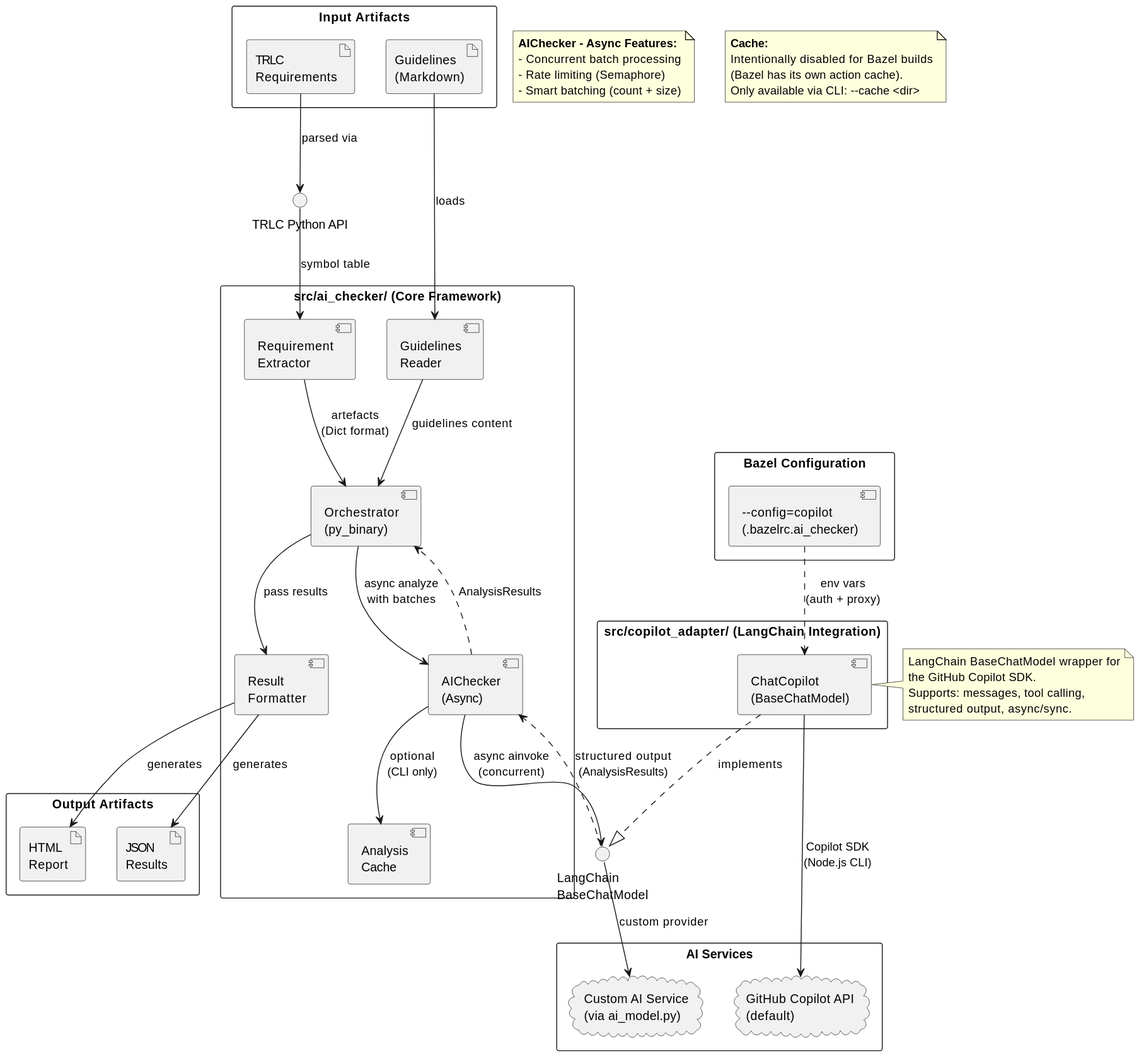
Earlier version of the PlantUML export validation/ai_checker/_assets/deployment_diagram.svg (eclipse-score/tooling). The source it was exported from:
```plantuml
@startuml
skinparam packageStyle rectangle

interface "TRLC Python API" as TRLCAPI
interface "LangChain\nBaseChatModel" as LangChain

package "Input Artifacts" {
    artifact "TRLC\nRequirements" as ReqFile
    artifact "Guidelines\n(Markdown)" as GuideFile
}

package "src/ai_checker/ (Core Framework)" as CorePkg {
    component "Orchestrator\n(py_binary)" as Orchestrator
    component "AIChecker\n(Async)" as AIChecker
    component "Requirement\nExtractor" as Extractor
    component "Result\nFormatter" as Formatter
    component "Guidelines\nReader" as GReader
    component "Analysis\nCache" as Cache
}

package "src/copilot_adapter/ (LangChain Integration)" as LangChainPkg {
    component "ChatCopilot\n(BaseChatModel)" as ChatCopilot
}



package "Output Artifacts" {
    artifact "HTML\nReport" as HtmlReport
    artifact "JSON\nResults" as JsonResults
}

package "AI Services" {
    cloud "GitHub Copilot API\n(default)" as CopilotAPI
    cloud "Custom AI Service\n(via ai_model.py)" as CustomCloud
}

package "Bazel Configuration" {
    component "--config=copilot\n(.bazelrc.ai_checker)" as CopilotConfig
}

ReqFile --> TRLCAPI: parsed via
TRLCAPI --> Extractor: symbol table
Extractor --> Orchestrator: artefacts\n(Dict format)
GuideFile --> GReader: loads
GReader --> Orchestrator: guidelines content

Orchestrator --> AIChecker: async analyze\nwith batches
AIChecker --> Cache: optional\n(CLI only)

AIChecker --> LangChain: async ainvoke\n(concurrent)
ChatCopilot ..|> LangChain: implements
ChatCopilot --> CopilotAPI: Copilot SDK\n(Node.js CLI)

LangChain --> CustomCloud: custom provider

LangChain ..> AIChecker: structured output\n(AnalysisResults)
AIChecker ..> Orchestrator: AnalysisResults

Orchestrator --> Formatter: pass results
Formatter --> HtmlReport: generates
Formatter --> JsonResults: generates

CopilotConfig ..> ChatCopilot: env vars\n(auth + proxy)

note right of ChatCopilot
  LangChain BaseChatModel wrapper for
  the GitHub Copilot SDK.
  Supports: messages, tool calling,
  structured output, async/sync.
end note

note as N1
  **AIChecker - Async Features:**
  - Concurrent batch processing
  - Rate limiting (Semaphore)
  - Smart batching (count + size)
end note

note as N2
  **Cache:**
  Intentionally disabled for Bazel builds
  (Bazel has its own action cache).
  Only available via CLI: --cache <dir>
end note
@enduml
```
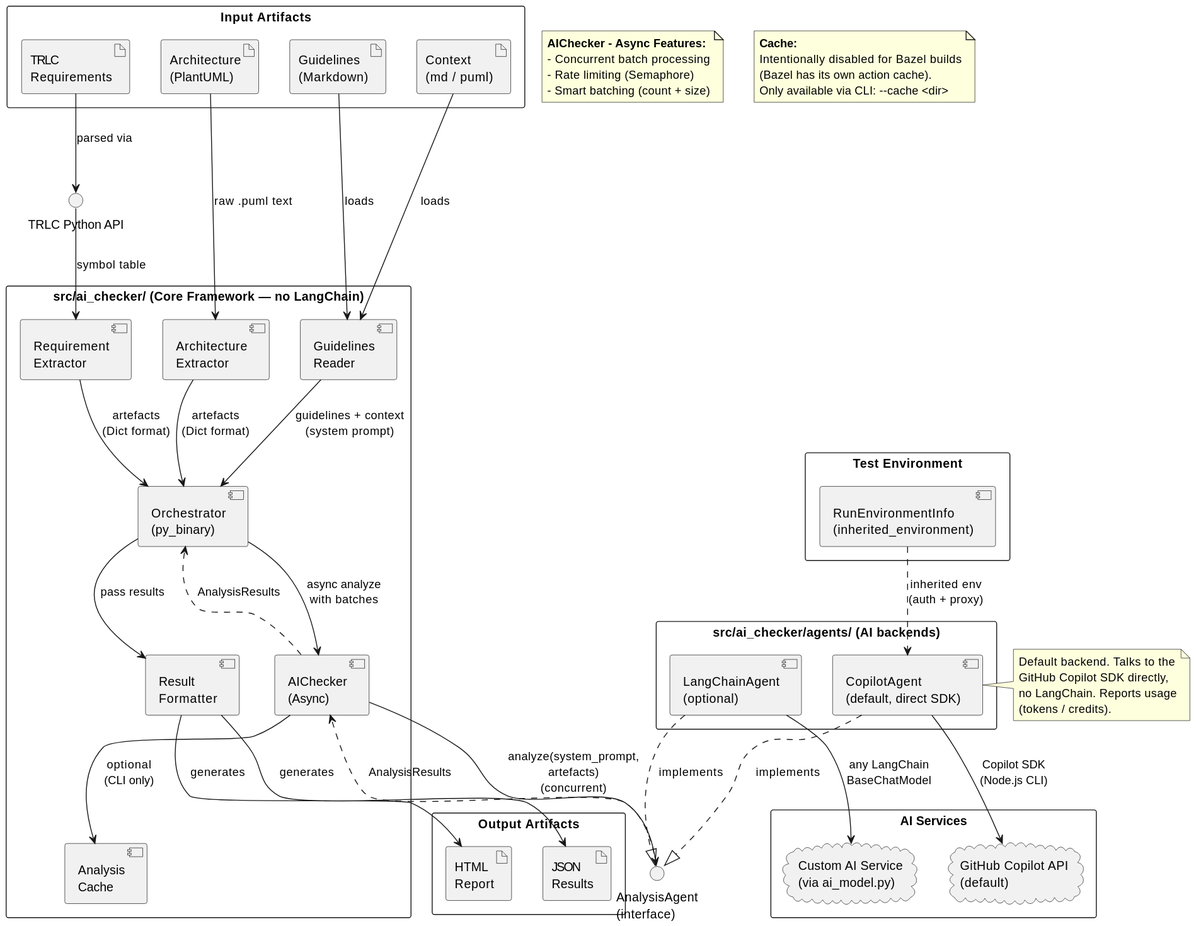
The same file after the commit.

What changed in the source:
```diff
@@ -2,27 +2,29 @@
 skinparam packageStyle rectangle
 
 interface "TRLC Python API" as TRLCAPI
-interface "LangChain\nBaseChatModel" as LangChain
+interface "AnalysisAgent\n(interface)" as Agent
 
 package "Input Artifacts" {
     artifact "TRLC\nRequirements" as ReqFile
+    artifact "Architecture\n(PlantUML)" as PumlFile
     artifact "Guidelines\n(Markdown)" as GuideFile
+    artifact "Context\n(md / puml)" as ContextFile
 }
 
-package "src/ai_checker/ (Core Framework)" as CorePkg {
+package "src/ai_checker/ (Core Framework — no LangChain)" as CorePkg {
     component "Orchestrator\n(py_binary)" as Orchestrator
     component "AIChecker\n(Async)" as AIChecker
     component "Requirement\nExtractor" as Extractor
+    component "Architecture\nExtractor" as ArchExtractor
     component "Result\nFormatter" as Formatter
     component "Guidelines\nReader" as GReader
     component "Analysis\nCache" as Cache
 }
 
-package "src/copilot_adapter/ (LangChain Integration)" as LangChainPkg {
-    component "ChatCopilot\n(BaseChatModel)" as ChatCopilot
+package "src/ai_checker/agents/ (AI backends)" as AdapterPkg {
+    component "CopilotAgent\n(default, direct SDK)" as CopilotAgent
+    component "LangChainAgent\n(optional)" as LCAgent
 }
-
-
 
 package "Output Artifacts" {
     artifact "HTML\nReport" as HtmlReport
@@ -34,39 +36,42 @@
     cloud "Custom AI Service\n(via ai_model.py)" as CustomCloud
 }
 
-package "Bazel Configuration" {
-    component "--config=copilot\n(.bazelrc.ai_checker)" as CopilotConfig
+package "Test Environment" {
+    component "RunEnvironmentInfo\n(inherited_environment)" as CopilotConfig
 }
 
 ReqFile --> TRLCAPI: parsed via
 TRLCAPI --> Extractor: symbol table
+PumlFile --> ArchExtractor: raw .puml text
 Extractor --> Orchestrator: artefacts\n(Dict format)
+ArchExtractor --> Orchestrator: artefacts\n(Dict format)
 GuideFile --> GReader: loads
-GReader --> Orchestrator: guidelines content
+ContextFile --> GReader: loads
+GReader --> Orchestrator: guidelines + context\n(system prompt)
 
 Orchestrator --> AIChecker: async analyze\nwith batches
 AIChecker --> Cache: optional\n(CLI only)
 
-AIChecker --> LangChain: async ainvoke\n(concurrent)
-ChatCopilot ..|> LangChain: implements
-ChatCopilot --> CopilotAPI: Copilot SDK\n(Node.js CLI)
+AIChecker --> Agent: analyze(system_prompt,\nartefacts)\n(concurrent)
+CopilotAgent ..|> Agent: implements
+LCAgent ..|> Agent: implements
+CopilotAgent --> CopilotAPI: Copilot SDK\n(Node.js CLI)
+LCAgent --> CustomCloud: any LangChain\nBaseChatModel
 
-LangChain --> CustomCloud: custom provider
-
-LangChain ..> AIChecker: structured output\n(AnalysisResults)
+Agent ..> AIChecker: AnalysisResults
 AIChecker ..> Orchestrator: AnalysisResults
 
 Orchestrator --> Formatter: pass results
 Formatter --> HtmlReport: generates
 Formatter --> JsonResults: generates
 
-CopilotConfig ..> ChatCopilot: env vars\n(auth + proxy)
+CopilotConfig ..> CopilotAgent: inherited env\n(auth + proxy)
 
-note right of ChatCopilot
-  LangChain BaseChatModel wrapper for
-  the GitHub Copilot SDK.
-  Supports: messages, tool calling,
-  structured output, async/sync.
+note right of CopilotAgent
+  Default backend. Talks to the
+  GitHub Copilot SDK directly,
+  no LangChain. Reports usage
+  (tokens / credits).
 end note
 
 note as N1
```
